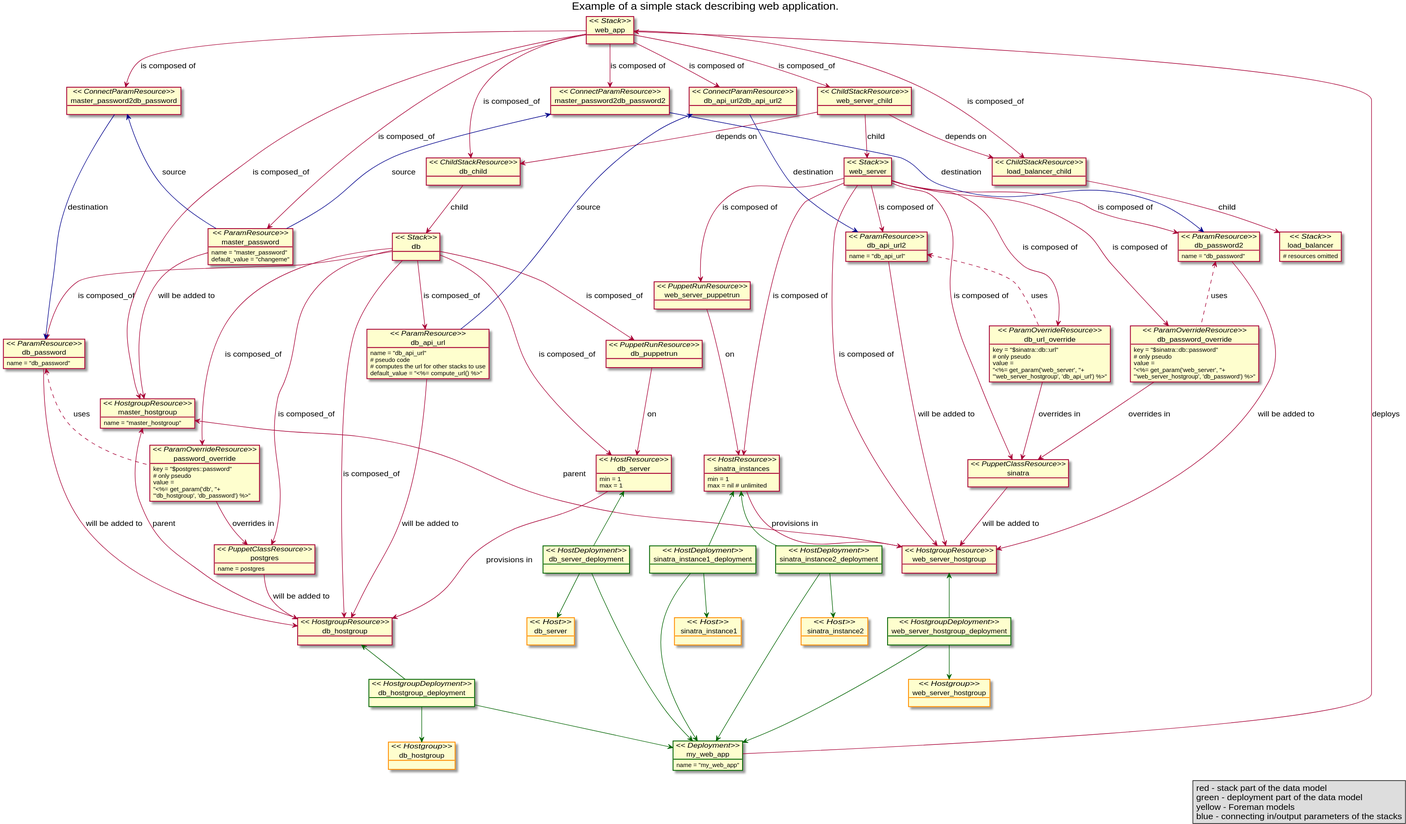
Before: doc/model/simple-webapp-example.svg, a diagram exported from PlantUML (theforeman/foreman). Its source is kept beside it as doc/model/simple-webapp-example.puml.
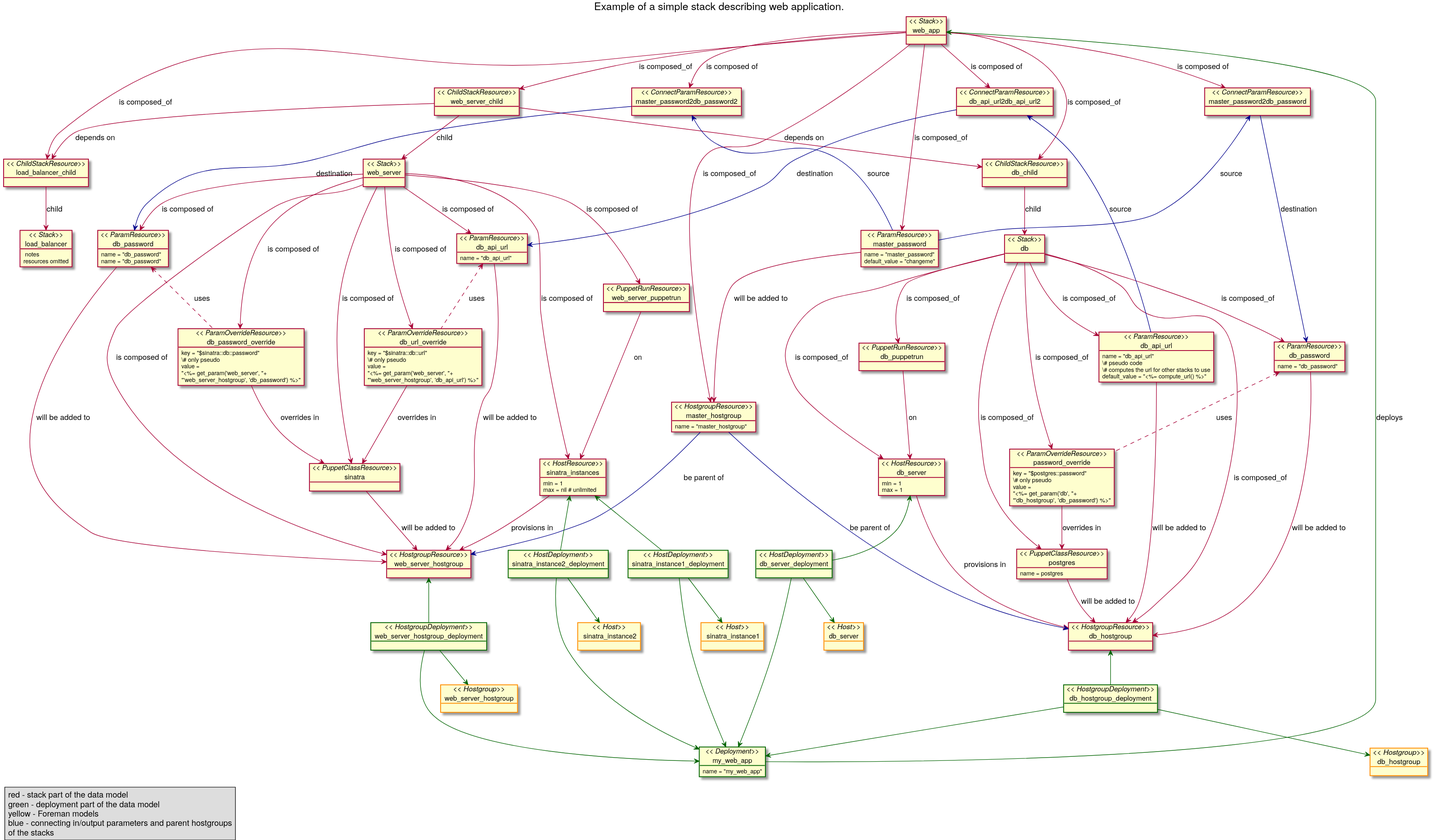
Later version of the same file.

The edit, as a diff of the source:
```diff
@@ -1,172 +1,21 @@
 @startuml
+
+!include shared.puml
+FONT
 title Example of a simple stack describing web application.
 
-!define OBJECT(name,klass) object name <<klass>>
-
-OBJECT(web_app, Stack)
-OBJECT(master_hostgroup, HostgroupResource) {
-  name = "master_hostgroup"
-}
-OBJECT(master_password, ParamResource) {
-  name = "master_password"
-  default_value = "changeme"
-}
-
 OBJECT(db, Stack)
-OBJECT(load_balancer, Stack) {
-  \# resources omitted
-}
+DBSTACK
 OBJECT(web_server, Stack)
-OBJECT(db_child, ChildStackResource)
-OBJECT(load_balancer_child, ChildStackResource)
-OBJECT(web_server_child, ChildStackResource)
-
-web_app --> db_child : is composed_of
-db_child --> db : child
-web_app --> load_balancer_child : is composed_of
-load_balancer_child --> load_balancer : child
-web_app --> web_server_child : is composed_of
-web_server_child --> web_server : child
-
-web_server_child --> load_balancer_child : depends on
-web_server_child --> db_child : depends on
-
-web_app --> master_password : is composed_of
-web_app --> master_hostgroup : is composed_of
-master_password --> master_hostgroup : will be added to
-
-
-OBJECT(db_hostgroup, HostgroupResource)
-OBJECT(db_server, HostResource) {
-  min = 1
-  max = 1
-}
-
-OBJECT(postgres, PuppetClassResource) {
-  name = postgres
-}
-
-OBJECT(password_override, ParamOverrideResource) {
-  key = "$postgres::password"
-  \# only pseudo
-  value =
-  "<%= get_param('db', "+
-  "'db_hostgroup', 'db_password') %>"
-}
-
-OBJECT(db_api_url, ParamResource) {
-  name = "db_api_url"
-  \# pseudo code
-  \# computes the url for other stacks to use
-  default_value = "<%= compute_url() %>"
-}
-
-OBJECT(db_puppetrun, PuppetRunResource)
-OBJECT(db_password, ParamResource) {
-  name = "db_password"
-}
-
-
-db --> db_hostgroup : is composed_of
-db --> db_server : is composed_of
-db --> postgres : is composed_of
-db --> db_password : is composed_of
-db --> password_override : is composed_of
-db --> db_api_url : is composed_of
-db --> db_puppetrun : is composed_of
-
-postgres --> db_hostgroup : will be added to
-db_api_url --> db_hostgroup : will be added to
-db_password --> db_hostgroup : will be added to
-db_server --> db_hostgroup : provisions in
-password_override --> postgres : overrides in
-db_puppetrun --> db_server : on
-
-password_override .up.> db_password : uses
-
-
-OBJECT(web_server_hostgroup, HostgroupResource)
-OBJECT(sinatra, PuppetClassResource)
-OBJECT(sinatra_instances, HostResource) {
-  min = 1
-  max = nil # unlimited
-}
-OBJECT(web_server_puppetrun, PuppetRunResource)
-
-OBJECT(db_url_override, ParamOverrideResource) {
-  key = "$sinatra::db::url"
-  \# only pseudo
-  value =
-  "<%= get_param('web_server', "+
-  "'web_server_hostgroup', 'db_api_url') %>"
-}
-
-OBJECT(db_api_url2, ParamResource) {
-  name = "db_api_url"
-}
-
-OBJECT(db_password_override, ParamOverrideResource) {
-  key = "$sinatra::db::password"
-  \# only pseudo
-  value =
-  "<%= get_param('web_server', "+
-  "'web_server_hostgroup', 'db_password') %>"
-}
-
-OBJECT(db_password2, ParamResource) {
-  name = "db_password"
-}
-
-
-web_server --> web_server_hostgroup : is composed of
-web_server --> sinatra : is composed of
-web_server --> sinatra_instances : is composed of
-web_server --> web_server_puppetrun : is composed of
-web_server --> db_url_override: is composed of
-web_server --> db_api_url2: is composed of
-web_server --> db_password2: is composed of
-web_server --> db_password_override: is composed of
-
-sinatra --> web_server_hostgroup : will be added to
-sinatra_instances --> web_server_hostgroup : provisions in
-web_server_puppetrun --> sinatra_instances : on
-db_api_url2 --> web_server_hostgroup : will be added to
-db_password2 --> web_server_hostgroup : will be added to
-db_url_override --> sinatra : overrides in
-db_password_override --> sinatra : overrides in
-
-db_url_override .up.> db_api_url2 : uses
-db_password_override .up.> db_password2 : uses
-
-!define CONNECTIONCOLOR DarkBlue
-
-!definelong CONNECT(from,to,instack)
-OBJECT(from##2##to, ConnectParamResource)
-instack --> from##2##to : is composed of
-from##2##to <-[#CONNECTIONCOLOR]-- from : source
-from##2##to -[#CONNECTIONCOLOR]--> to : destination
-!enddefinelong
-
-CONNECT(master_password,db_password,web_app)
-CONNECT(master_password,db_password2,web_app)
-CONNECT(db_api_url,db_api_url2,web_app)
-
-master_hostgroup -[#CONNECTIONCOLOR]-> db_hostgroup : be parent of
-master_hostgroup -[#CONNECTIONCOLOR]-> web_server_hostgroup : be parent of
-
+WEBSERVERSTACK
+LOADBALANCERSTACK
+WEBAPPSTACK
 
 OBJECT(my_web_app, Deployment) {
   name = "my_web_app"
 }
 
-my_web_app -up--------> web_app : deploys
-
-
-!define DEPLOYCOLOR DarkGreen
-!define FOREMANCOLOR DarkOrange
-
-!define DEPLOYOBJECT(type) skinparam objectBorderColor<<type>> DEPLOYCOLOR
-!define FOREMANOBJECT(type) skinparam objectBorderColor<<type>> FOREMANCOLOR
+my_web_app -up[#DEPLOYCOLOR]--------> web_app : deploys
 
 DEPLOYOBJECT(HostDeployment)
 DEPLOYOBJECT(HostgroupDeployment)
@@ -196,7 +45,7 @@
 DEPLOY(sinatra_instances, Host, sinatra_instance2)
 DEPLOY(db_server, Host)
 
-legend right
+legend left
 red - stack part of the data model
 green - deployment part of the data model
 yellow - Foreman models
```
